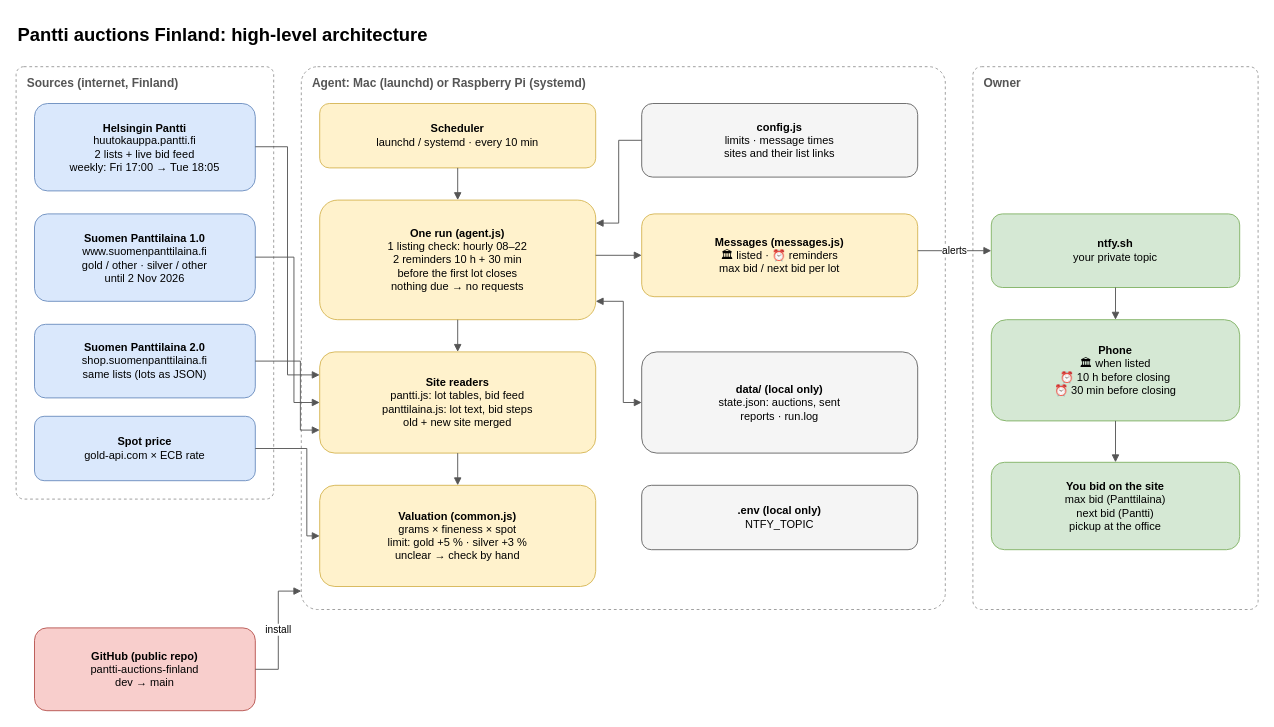
This is docs/architecture.drawio from ammar93b/pantti-auctions-finland, a draw.io file, before an edit. Source tidied: cells renumbered, new cells numbered last; positions are measured from the earlier drawing's top-left corner, leaving out a move shared by most shapes. Both pictures are drawn from the tidied source at 92%, with x=0, y=0 at pixel (16, 16).
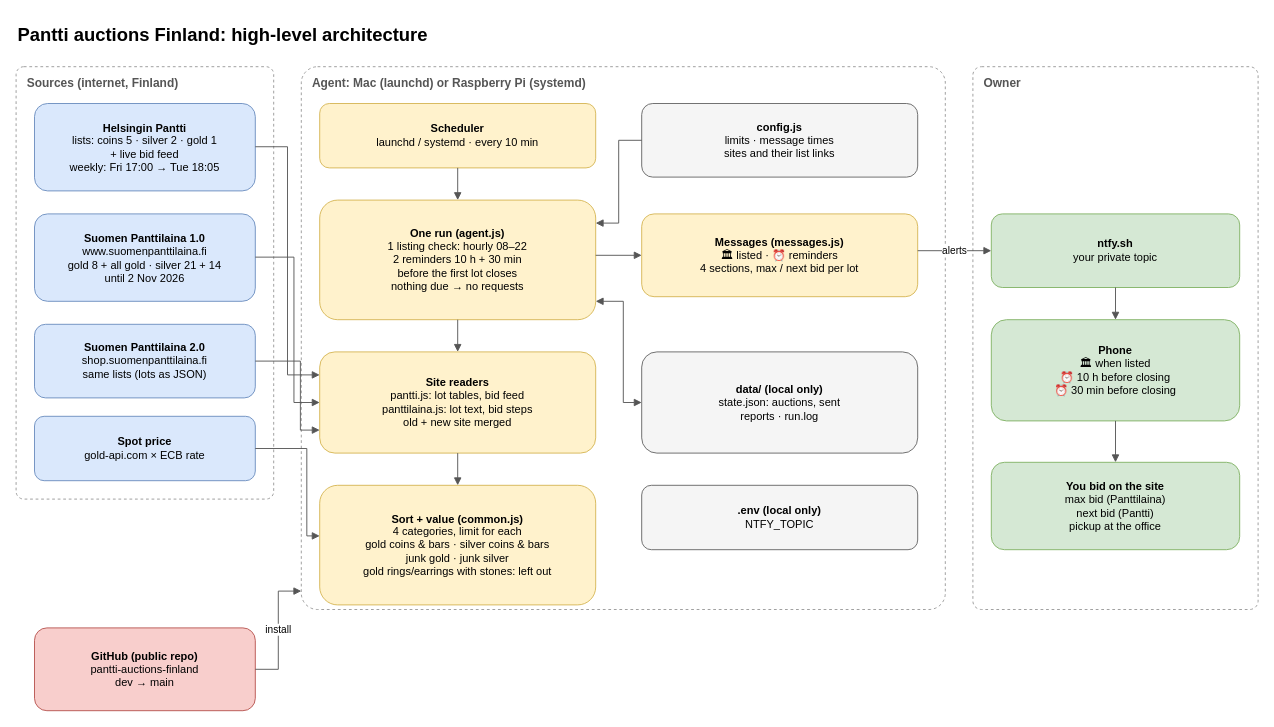
The same page after the edit.

Commit message (it also covers changes not shown here):
Specs and diagram: four categories (gold / silver coins & bars, junk gold, junk silver)

The change refers to these unchanged cells:
```xml
<mxCell id="9" value="&lt;b&gt;Spot price&lt;/b&gt;&lt;br&gt;gold-api.com × ECB rate" style="rounded=1;whiteSpace=wrap;html=1;fillColor=#dae8fc;strokeColor=#6c8ebf;fontSize=12;" parent="1" vertex="1">
  <mxGeometry x="20" y="435" width="240" height="70" as="geometry" />
</mxCell>
```

The edit, as a diff of the source:
```diff
@@
-    <mxCell id="6" value="&lt;b&gt;Helsingin Pantti&lt;/b&gt;&lt;br&gt;huutokauppa.pantti.fi&lt;br&gt;2 lists + live bid feed&lt;br&gt;weekly: Fri 17:00 → Tue 18:05" style="rounded=1;whiteSpace=wrap;html=1;fillColor=#dae8fc;strokeColor=#6c8ebf;fontSize=12;" parent="1" vertex="1">
+    <mxCell id="6" value="&lt;b&gt;Helsingin Pantti&lt;/b&gt;&lt;br&gt;lists: coins 5 · silver 2 · gold 1&lt;br&gt;+ live bid feed&lt;br&gt;weekly: Fri 17:00 → Tue 18:05" style="rounded=1;whiteSpace=wrap;html=1;fillColor=#dae8fc;strokeColor=#6c8ebf;fontSize=12;" parent="1" vertex="1">
       <mxGeometry x="20" y="95" width="240" height="95" as="geometry" />
     </mxCell>
-    <mxCell id="7" value="&lt;b&gt;Suomen Panttilaina 1.0&lt;/b&gt;&lt;br&gt;www.suomenpanttilaina.fi&lt;br&gt;gold / other · silver / other&lt;br&gt;until 2 Nov 2026" style="rounded=1;whiteSpace=wrap;html=1;fillColor=#dae8fc;strokeColor=#6c8ebf;fontSize=12;" parent="1" vertex="1">
+    <mxCell id="7" value="&lt;b&gt;Suomen Panttilaina 1.0&lt;/b&gt;&lt;br&gt;www.suomenpanttilaina.fi&lt;br&gt;gold 8 + all gold · silver 21 + 14&lt;br&gt;until 2 Nov 2026" style="rounded=1;whiteSpace=wrap;html=1;fillColor=#dae8fc;strokeColor=#6c8ebf;fontSize=12;" parent="1" vertex="1">
       <mxGeometry x="20" y="215" width="240" height="95" as="geometry" />
     </mxCell>
@@
-    <mxCell id="14" value="&lt;b&gt;Valuation (common.js)&lt;/b&gt;&lt;br&gt;grams × fineness × spot&lt;br&gt;limit: gold +5 % · silver +3 %&lt;br&gt;unclear → check by hand" style="rounded=1;whiteSpace=wrap;html=1;fillColor=#fff2cc;strokeColor=#d6b656;fontSize=12;" parent="1" vertex="1">
-      <mxGeometry x="330" y="510" width="300" height="110" as="geometry" />
+    <mxCell id="14" value="&lt;b&gt;Sort + value (common.js)&lt;/b&gt;&lt;br&gt;4 categories, limit for each&lt;br&gt;gold coins &amp;amp; bars · silver coins &amp;amp; bars&lt;br&gt;junk gold · junk silver&lt;br&gt;gold rings/earrings with stones: left out" style="rounded=1;whiteSpace=wrap;html=1;fillColor=#fff2cc;strokeColor=#d6b656;fontSize=12;" parent="1" vertex="1">
+      <mxGeometry x="330" y="510" width="300" height="130" as="geometry" />
     </mxCell>
@@
-    <mxCell id="16" value="&lt;b&gt;Messages (messages.js)&lt;/b&gt;&lt;br&gt;🏛 listed · ⏰ reminders&lt;br&gt;max bid / next bid per lot" style="rounded=1;whiteSpace=wrap;html=1;fillColor=#fff2cc;strokeColor=#d6b656;fontSize=12;" parent="1" vertex="1">
+    <mxCell id="16" value="&lt;b&gt;Messages (messages.js)&lt;/b&gt;&lt;br&gt;🏛 listed · ⏰ reminders&lt;br&gt;4 sections, max / next bid per lot" style="rounded=1;whiteSpace=wrap;html=1;fillColor=#fff2cc;strokeColor=#d6b656;fontSize=12;" parent="1" vertex="1">
       <mxGeometry x="680" y="215" width="300" height="90" as="geometry" />
     </mxCell>
@@
-    <mxCell id="25" style="endArrow=block;endFill=1;html=1;rounded=0;strokeColor=#555555;fontSize=11;labelBackgroundColor=#ffffff;exitX=1.0;exitY=0.5;exitDx=0;exitDy=0;entryX=0.0;entryY=0.5;entryDx=0;entryDy=0;" parent="1" edge="1" source="9" target="14">
+    <mxCell id="25" style="endArrow=block;endFill=1;html=1;rounded=0;strokeColor=#555555;fontSize=11;labelBackgroundColor=#ffffff;exitX=1.0;exitY=0.5;exitDx=0;exitDy=0;entryX=0.0;entryY=0.4231;entryDx=0;entryDy=0;" parent="1" edge="1" source="9" target="14">
       <mxGeometry relative="1" as="geometry">
         <Array as="points">
           <mxPoint x="316" y="470" />
           <mxPoint x="316" y="565" />
         </Array>
       </mxGeometry>
     </mxCell>
```
